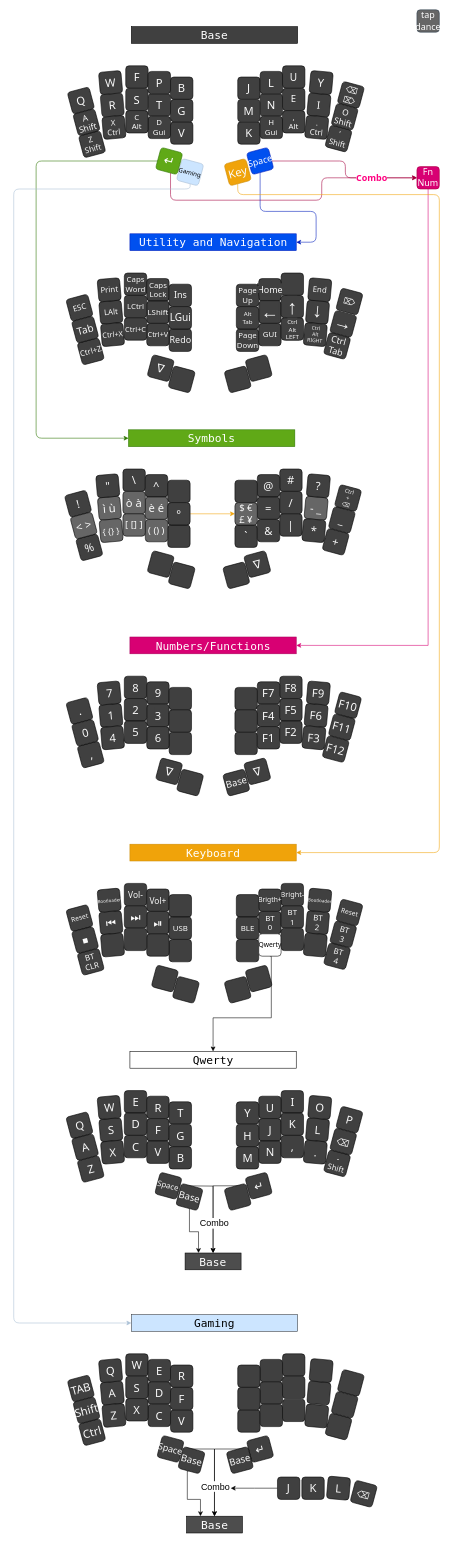
Before: Cotechino.drawio in fractalysid/Cotechino_Keyboard_Layout, a draw.io diagram. Source tidied: cells renumbered, new cells numbered last; positions are measured from the earlier drawing's top-left corner, leaving out a move shared by most shapes. Both pictures are drawn from the tidied source at 56%, with x=0, y=0 at pixel (13, 10).
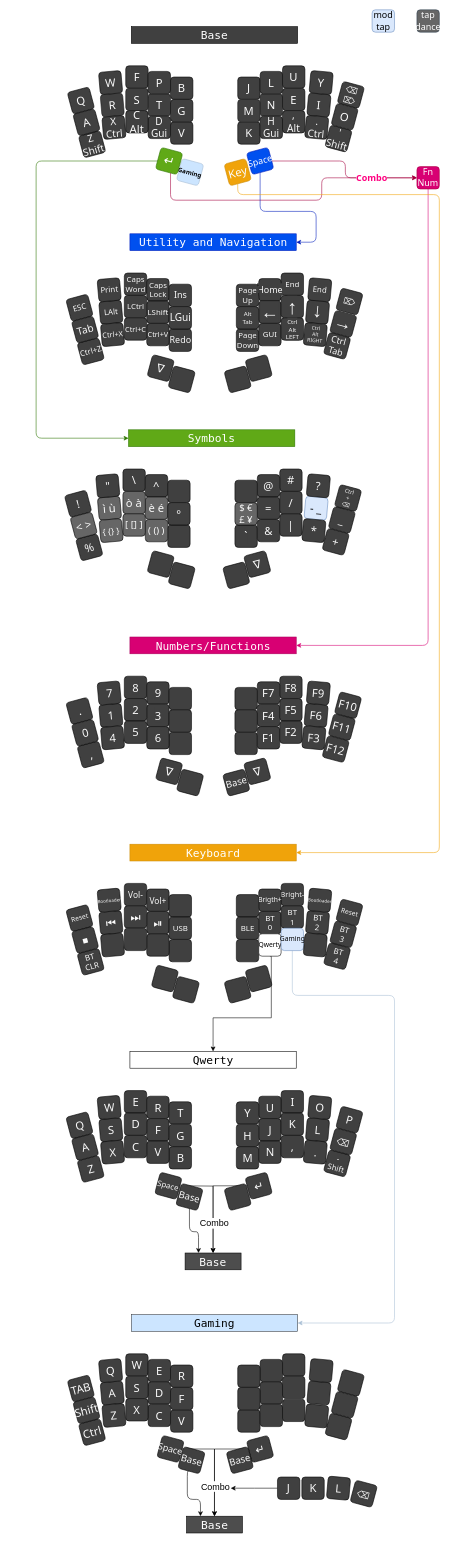
After the change.

The change refers to these unchanged cells:
```xml
<mxCell id="74" value="°" style="rounded=1;whiteSpace=wrap;html=1;fontSize=20;fillColor=#404040;fontFamily=Tahoma;fontColor=#FAFAFA;" parent="1" vertex="1">
  <mxGeometry x="275" y="880" width="40" height="40" as="geometry" />
</mxCell>
<mxCell id="89" value="$ €&lt;br&gt;£ ¥" style="rounded=1;whiteSpace=wrap;html=1;fontSize=17;fillColor=#666666;fontFamily=Tahoma;fontColor=#FAFAFA;flipV=0;flipH=0;direction=east;" parent="1" vertex="1">
  <mxGeometry x="395" y="880" width="40" height="40" as="geometry" />
</mxCell>
<mxCell id="100" value="Numbers/Functions" style="rounded=0;whiteSpace=wrap;html=1;fontSize=20;fillColor=#D80073;glass=0;sketch=0;fontFamily=Lucida Console;strokeColor=#A8005A;fontColor=#FFFFFF;" parent="1" vertex="1">
  <mxGeometry x="207.5" y="1120" width="297" height="30" as="geometry" />
</mxCell>
<mxCell id="199" value="&lt;span style=&quot;font-family: &amp;quot;segoe ui emoji&amp;quot;, &amp;quot;apple color emoji&amp;quot;, &amp;quot;noto color emoji&amp;quot;; font-size: 20px;&quot;&gt;↵&lt;/span&gt;" style="rounded=1;whiteSpace=wrap;html=1;fontSize=20;fillColor=#404040;fontFamily=Tahoma;fontColor=#FAFAFA;rotation=345;flipV=0;flipH=0;direction=east;" parent="1" vertex="1">
  <mxGeometry x="417.5" y="2080" width="40" height="40" as="geometry" />
</mxCell>
<mxCell id="201" value="Fn&lt;br&gt;Num" style="rounded=1;whiteSpace=wrap;html=1;fontSize=16;fillColor=#D80073;fontFamily=Tahoma;fontColor=#ffffff;flipV=0;flipH=0;direction=east;strokeColor=#A50040;" parent="1" vertex="1">
  <mxGeometry x="720" y="280" width="40" height="40" as="geometry" />
</mxCell>
<mxCell id="207" value="Base" style="rounded=0;whiteSpace=wrap;html=1;fontSize=20;glass=0;sketch=0;fontFamily=Lucida Console;fillColor=#4D4D4D;gradientColor=none;fontColor=#FFFFFF;" parent="1" vertex="1">
  <mxGeometry x="306" y="2220" width="100" height="30" as="geometry" />
</mxCell>
<mxCell id="220" value="Base" style="rounded=1;whiteSpace=wrap;html=1;fontSize=17;fillColor=#404040;fontFamily=Tahoma;fontColor=#FAFAFA;rotation=15;" parent="1" vertex="1">
  <mxGeometry x="293.8" y="2100" width="40" height="40" as="geometry" />
</mxCell>
<mxCell id="230" value="Gaming" style="rounded=0;whiteSpace=wrap;html=1;fontSize=20;glass=0;sketch=0;fontFamily=Lucida Console;fillColor=#cce5ff;strokeColor=#36393d;" parent="1" vertex="1">
  <mxGeometry x="210" y="2330" width="297" height="30" as="geometry" />
</mxCell>
<mxCell id="263" value="Base" style="rounded=0;whiteSpace=wrap;html=1;fontSize=20;glass=0;sketch=0;fontFamily=Lucida Console;fillColor=#4D4D4D;gradientColor=none;fontColor=#FFFFFF;" parent="1" vertex="1">
  <mxGeometry x="308.5" y="2690" width="100" height="30" as="geometry" />
</mxCell>
<mxCell id="272" value="Base" style="rounded=1;whiteSpace=wrap;html=1;fontSize=17;fillColor=#404040;fontFamily=Tahoma;fontColor=#FAFAFA;rotation=15;" parent="1" vertex="1">
  <mxGeometry x="297.5" y="2570" width="40" height="40" as="geometry" />
</mxCell>
```

Change to the diagram source:
```diff
@@
-    <mxCell id="10" value="D&lt;br style=&quot;font-size: 14px;&quot;&gt;Gui" style="rounded=1;whiteSpace=wrap;html=1;fontSize=14;fillColor=#404040;fontFamily=Tahoma;fontColor=#FAFAFA;verticalAlign=bottom;" parent="1" vertex="1">
+    <mxCell id="10" value="D&lt;br style=&quot;font-size: 18px;&quot;&gt;Gui" style="rounded=1;whiteSpace=wrap;html=1;fontSize=18;fillColor=#404040;fontFamily=Tahoma;fontColor=#FAFAFA;verticalAlign=middle;" parent="1" vertex="1">
       <mxGeometry x="240" y="190" width="40" height="40" as="geometry" />
     </mxCell>
-    <mxCell id="11" value="C&lt;br style=&quot;font-size: 14px;&quot;&gt;Alt" style="rounded=1;whiteSpace=wrap;html=1;fontSize=14;fillColor=#404040;fontFamily=Tahoma;fontColor=#FAFAFA;verticalAlign=bottom;" parent="1" vertex="1">
+    <mxCell id="11" value="C&lt;br&gt;Alt" style="rounded=1;whiteSpace=wrap;html=1;fontSize=20;fillColor=#404040;fontFamily=Tahoma;fontColor=#FAFAFA;verticalAlign=middle;" parent="1" vertex="1">
       <mxGeometry x="200" y="180" width="40" height="40" as="geometry" />
     </mxCell>
-    <mxCell id="12" value="X&lt;br style=&quot;font-size: 14px;&quot;&gt;Ctrl" style="rounded=1;whiteSpace=wrap;html=1;fontSize=14;fillColor=#404040;fontFamily=Tahoma;fontColor=#FAFAFA;rotation=355;verticalAlign=bottom;" parent="1" vertex="1">
+    <mxCell id="12" value="X&lt;br style=&quot;font-size: 18px;&quot;&gt;Ctrl" style="rounded=1;whiteSpace=wrap;html=1;fontSize=18;fillColor=#404040;fontFamily=Tahoma;fontColor=#FAFAFA;rotation=355;verticalAlign=middle;" parent="1" vertex="1">
       <mxGeometry x="159" y="190" width="40" height="40" as="geometry" />
     </mxCell>
-    <mxCell id="13" value="Z&lt;br style=&quot;font-size: 14px;&quot;&gt;Shift" style="rounded=1;whiteSpace=wrap;html=1;fontSize=14;fillColor=#404040;fontFamily=Tahoma;fontColor=#FAFAFA;rotation=345;verticalAlign=bottom;" parent="1" vertex="1">
+    <mxCell id="13" value="Z&lt;br style=&quot;font-size: 18px;&quot;&gt;Shift" style="rounded=1;whiteSpace=wrap;html=1;fontSize=18;fillColor=#404040;fontFamily=Tahoma;fontColor=#FAFAFA;rotation=345;verticalAlign=middle;" parent="1" vertex="1">
       <mxGeometry x="120" y="220" width="40" height="40" as="geometry" />
     </mxCell>
@@
-    <mxCell id="15" value="A&lt;br style=&quot;font-size: 15px;&quot;&gt;Shift" style="rounded=1;whiteSpace=wrap;html=1;fontSize=15;fillColor=#404040;fontFamily=Tahoma;rotation=345;strokeColor=#000000;fontColor=#FFFFFF;" parent="1" vertex="1">
+    <mxCell id="15" value="A" style="rounded=1;whiteSpace=wrap;html=1;fontSize=20;fillColor=#404040;fontFamily=Tahoma;rotation=345;strokeColor=#000000;fontColor=#FFFFFF;" parent="1" vertex="1">
       <mxGeometry x="110" y="181" width="40" height="40" as="geometry" />
     </mxCell>
@@
-    <mxCell id="18" value="I" style="rounded=1;whiteSpace=wrap;html=1;fontSize=18;fillColor=#404040;fontFamily=Tahoma;rotation=5;flipV=0;flipH=0;direction=east;strokeColor=#000000;verticalAlign=middle;fontColor=#FFFFFF;" parent="1" vertex="1">
+    <mxCell id="18" value="I" style="rounded=1;whiteSpace=wrap;html=1;fontSize=20;fillColor=#404040;fontFamily=Tahoma;rotation=5;flipV=0;flipH=0;direction=east;strokeColor=#000000;verticalAlign=middle;fontColor=#FFFFFF;" parent="1" vertex="1">
       <mxGeometry x="525" y="150" width="40" height="40" as="geometry" />
     </mxCell>
@@
-    <mxCell id="23" value="E" style="rounded=1;whiteSpace=wrap;html=1;fontSize=17;fillColor=#404040;fontFamily=Tahoma;flipV=0;flipH=0;direction=east;strokeColor=#000000;verticalAlign=middle;fontColor=#FFFFFF;" parent="1" vertex="1">
+    <mxCell id="23" value="E" style="rounded=1;whiteSpace=wrap;html=1;fontSize=20;fillColor=#404040;fontFamily=Tahoma;flipV=0;flipH=0;direction=east;strokeColor=#000000;verticalAlign=middle;fontColor=#FFFFFF;" parent="1" vertex="1">
       <mxGeometry x="480" y="140" width="40" height="40" as="geometry" />
     </mxCell>
-    <mxCell id="24" value="H&lt;br style=&quot;font-size: 14px;&quot;&gt;Gui" style="rounded=1;whiteSpace=wrap;html=1;fontSize=14;fillColor=#404040;fontFamily=Tahoma;fontColor=#FAFAFA;flipV=0;flipH=0;direction=east;verticalAlign=bottom;" parent="1" vertex="1">
+    <mxCell id="24" value="H&lt;br style=&quot;font-size: 18px;&quot;&gt;Gui" style="rounded=1;whiteSpace=wrap;html=1;fontSize=18;fillColor=#404040;fontFamily=Tahoma;fontColor=#FAFAFA;flipV=0;flipH=0;direction=east;verticalAlign=middle;" parent="1" vertex="1">
       <mxGeometry x="440" y="190" width="40" height="40" as="geometry" />
     </mxCell>
-    <mxCell id="25" value=",&lt;br style=&quot;font-size: 14px;&quot;&gt;Alt" style="rounded=1;whiteSpace=wrap;html=1;fontSize=14;fillColor=#404040;fontFamily=Tahoma;fontColor=#FAFAFA;flipV=0;flipH=0;direction=east;verticalAlign=bottom;" parent="1" vertex="1">
+    <mxCell id="25" value=",&lt;br style=&quot;font-size: 18px;&quot;&gt;Alt" style="rounded=1;whiteSpace=wrap;html=1;fontSize=18;fillColor=#404040;fontFamily=Tahoma;fontColor=#FAFAFA;flipV=0;flipH=0;direction=east;verticalAlign=middle;" parent="1" vertex="1">
       <mxGeometry x="480" y="180" width="40" height="40" as="geometry" />
     </mxCell>
-    <mxCell id="26" value=".&lt;br style=&quot;font-size: 14px;&quot;&gt;Ctrl" style="rounded=1;whiteSpace=wrap;html=1;fontSize=14;fillColor=#404040;fontFamily=Tahoma;fontColor=#FAFAFA;rotation=5;flipV=0;flipH=0;direction=east;verticalAlign=bottom;" parent="1" vertex="1">
+    <mxCell id="26" value=".&lt;br style=&quot;font-size: 18px;&quot;&gt;Ctrl" style="rounded=1;whiteSpace=wrap;html=1;fontSize=18;fillColor=#404040;fontFamily=Tahoma;fontColor=#FAFAFA;rotation=5;flipV=0;flipH=0;direction=east;verticalAlign=middle;" parent="1" vertex="1">
       <mxGeometry x="521" y="190" width="40" height="40" as="geometry" />
     </mxCell>
-    <mxCell id="27" value="'&lt;br style=&quot;font-size: 14px;&quot;&gt;&lt;font style=&quot;font-size: 14px;&quot;&gt;Shift&lt;/font&gt;" style="rounded=1;whiteSpace=wrap;html=1;fontSize=14;fillColor=#404040;fontFamily=Tahoma;fontColor=#FAFAFA;rotation=15;flipV=0;flipH=0;direction=east;labelPosition=center;verticalLabelPosition=middle;align=center;verticalAlign=bottom;" parent="1" vertex="1">
+    <mxCell id="27" value="'&lt;br style=&quot;font-size: 18px;&quot;&gt;Shift" style="rounded=1;whiteSpace=wrap;html=1;fontSize=18;fillColor=#404040;fontFamily=Tahoma;fontColor=#FAFAFA;rotation=15;flipV=0;flipH=0;direction=east;labelPosition=center;verticalLabelPosition=middle;align=center;verticalAlign=middle;" parent="1" vertex="1">
       <mxGeometry x="560" y="210" width="40" height="40" as="geometry" />
     </mxCell>
@@
-    <mxCell id="29" value="O&lt;br&gt;Shift" style="rounded=1;whiteSpace=wrap;html=1;fontSize=15;fillColor=#404040;fontFamily=Tahoma;rotation=15;flipV=0;flipH=0;direction=east;strokeColor=#000000;fontColor=#FFFFFF;" parent="1" vertex="1">
+    <mxCell id="29" value="O" style="rounded=1;whiteSpace=wrap;html=1;fontSize=20;fillColor=#404040;fontFamily=Tahoma;rotation=15;flipV=0;flipH=0;direction=east;strokeColor=#000000;fontColor=#FFFFFF;" parent="1" vertex="1">
       <mxGeometry x="571" y="171" width="40" height="40" as="geometry" />
     </mxCell>
@@
-    <mxCell id="52" style="rounded=1;whiteSpace=wrap;html=1;fontSize=14;fillColor=#404040;fontFamily=Tahoma;fontColor=#FAFAFA;flipV=0;flipH=0;direction=east;" parent="1" vertex="1">
+    <mxCell id="52" value="End" style="rounded=1;whiteSpace=wrap;html=1;fontSize=14;fillColor=#404040;fontFamily=Tahoma;fontColor=#FAFAFA;flipV=0;flipH=0;direction=east;" parent="1" vertex="1">
       <mxGeometry x="477.5" y="470" width="40" height="40" as="geometry" />
     </mxCell>
@@
-    <mxCell id="73" style="edgeStyle=orthogonalEdgeStyle;rounded=0;jettySize=auto;html=1;strokeColor=#F0A30A;fontSize=10;fontColor=#FFFFFF;" parent="1" edge="1" source="74" target="89">
-      <mxGeometry relative="1" as="geometry" />
-    </mxCell>
@@
-    <mxCell id="83" value="- _" style="rounded=1;whiteSpace=wrap;html=1;fontSize=20;fillColor=#666666;fontFamily=Tahoma;fontColor=#FAFAFA;rotation=5;flipV=0;flipH=0;direction=east;" parent="1" vertex="1">
+    <mxCell id="83" value="- _" style="rounded=1;whiteSpace=wrap;html=1;fontSize=20;fillColor=#dae8fc;fontFamily=Tahoma;rotation=5;flipV=0;flipH=0;direction=east;strokeColor=#6c8ebf;" parent="1" vertex="1">
       <mxGeometry x="520" y="870" width="40" height="40" as="geometry" />
     </mxCell>
@@
+    <mxCell id="274" style="edgeStyle=orthogonalEdgeStyle;rounded=1;jettySize=auto;html=1;entryX=1;entryY=0.5;entryDx=0;entryDy=0;strokeColor=#ABC0D6;fontSize=12;fontColor=#000000;" parent="1" edge="1" source="159" target="230">
+      <mxGeometry relative="1" as="geometry">
+        <Array as="points">
+          <mxPoint x="497" y="1760" />
+          <mxPoint x="680" y="1760" />
+          <mxPoint x="680" y="2345" />
+        </Array>
+      </mxGeometry>
+    </mxCell>
-    <mxCell id="159" style="rounded=1;whiteSpace=wrap;html=1;fontSize=20;fillColor=#404040;fontFamily=Tahoma;fontColor=#FAFAFA;flipV=0;flipH=0;direction=east;" parent="1" vertex="1">
+    <mxCell id="159" value="Gaming" style="rounded=1;whiteSpace=wrap;html=1;fontSize=12;fillColor=#dae8fc;fontFamily=Tahoma;flipV=0;flipH=0;direction=east;strokeColor=#6c8ebf;" parent="1" vertex="1">
       <mxGeometry x="477.5" y="1640" width="40" height="40" as="geometry" />
     </mxCell>
@@
-    <mxCell id="197" style="edgeStyle=orthogonalEdgeStyle;rounded=0;jettySize=auto;html=1;fontSize=20;entryX=0.5;entryY=0;entryDx=0;entryDy=0;" parent="1" edge="1" source="199" target="207">
+    <mxCell id="197" style="edgeStyle=orthogonalEdgeStyle;jettySize=auto;html=1;fontSize=20;entryX=0.5;entryY=0;entryDx=0;entryDy=0;rounded=0;" parent="1" edge="1" source="199" target="207">
       <mxGeometry relative="1" as="geometry">
         <Array as="points">
           <mxPoint x="356" y="2100" />
         </Array>
       </mxGeometry>
     </mxCell>
@@
-    <mxCell id="200" style="edgeStyle=orthogonalEdgeStyle;rounded=0;jettySize=auto;html=1;entryX=1;entryY=0.5;entryDx=0;entryDy=0;fontSize=20;strokeColor=#D80073;" parent="1" edge="1" source="201" target="100">
+    <mxCell id="200" style="edgeStyle=orthogonalEdgeStyle;rounded=1;jettySize=auto;html=1;entryX=1;entryY=0.5;entryDx=0;entryDy=0;fontSize=20;strokeColor=#D80073;" parent="1" edge="1" source="201" target="100">
       <mxGeometry relative="1" as="geometry">
         <Array as="points">
           <mxPoint x="740" y="1135" />
         </Array>
       </mxGeometry>
     </mxCell>
@@
-    <mxCell id="205" value="U" style="rounded=1;whiteSpace=wrap;html=1;fontSize=18;fillColor=#404040;fontFamily=Tahoma;flipV=0;flipH=0;direction=east;strokeColor=#000000;fontColor=#FFFFFF;" parent="1" vertex="1">
+    <mxCell id="205" value="U" style="rounded=1;whiteSpace=wrap;html=1;fontSize=20;fillColor=#404040;fontFamily=Tahoma;flipV=0;flipH=0;direction=east;strokeColor=#000000;fontColor=#FFFFFF;" parent="1" vertex="1">
       <mxGeometry x="480" y="100" width="40" height="40" as="geometry" />
     </mxCell>
@@
-    <mxCell id="213" style="edgeStyle=orthogonalEdgeStyle;jettySize=auto;html=1;entryX=0;entryY=0.5;entryDx=0;entryDy=0;fontSize=11;fontColor=#FFFFFF;rounded=1;strokeColor=#ABC0D6;" parent="1" edge="1" source="214" target="230">
-      <mxGeometry relative="1" as="geometry">
-        <Array as="points">
-          <mxPoint x="315" y="320" />
-          <mxPoint y="320" />
-          <mxPoint y="2345" />
-        </Array>
-      </mxGeometry>
-    </mxCell>
-    <mxCell id="214" value="Gaming" style="rounded=1;whiteSpace=wrap;html=1;fontSize=11;fillColor=#CCE5FF;fontFamily=Tahoma;rotation=15;strokeColor=#ABC0D6;" parent="1" vertex="1">
+    <mxCell id="214" value="Gaming" style="rounded=1;whiteSpace=wrap;html=1;fontSize=11;fillColor=#CCE5FF;fontFamily=Tahoma;rotation=15;strokeColor=#ABC0D6;fontStyle=1;fontColor=#000000;" parent="1" vertex="1">
       <mxGeometry x="295" y="270" width="40" height="40" as="geometry" />
     </mxCell>
@@
-    <mxCell id="219" style="edgeStyle=orthogonalEdgeStyle;rounded=0;jettySize=auto;html=1;fontSize=17;" parent="1" edge="1" source="220" target="207">
+    <mxCell id="219" style="edgeStyle=orthogonalEdgeStyle;rounded=1;jettySize=auto;html=1;fontSize=17;" parent="1" edge="1" source="220" target="207">
       <mxGeometry relative="1" as="geometry">
         <Array as="points">
           <mxPoint x="314" y="2182" />
           <mxPoint x="330" y="2182" />
         </Array>
       </mxGeometry>
     </mxCell>
@@
-    <mxCell id="271" style="edgeStyle=orthogonalEdgeStyle;rounded=0;jettySize=auto;html=1;entryX=0.25;entryY=0;entryDx=0;entryDy=0;fontSize=17;fontColor=#FFFFFF;exitX=0.5;exitY=1;exitDx=0;exitDy=0;" parent="1" edge="1" source="272" target="263">
+    <mxCell id="271" style="edgeStyle=orthogonalEdgeStyle;jettySize=auto;html=1;entryX=0.25;entryY=0;entryDx=0;entryDy=0;fontSize=17;fontColor=#FFFFFF;exitX=0.5;exitY=1;exitDx=0;exitDy=0;rounded=1;" parent="1" edge="1" source="272" target="263">
       <mxGeometry relative="1" as="geometry">
         <Array as="points">
           <mxPoint x="310" y="2609" />
           <mxPoint x="310" y="2660" />
           <mxPoint x="334" y="2660" />
         </Array>
       </mxGeometry>
     </mxCell>
@@
+    <mxCell id="275" value="mod&lt;br&gt;tap" style="rounded=1;whiteSpace=wrap;html=1;fontSize=16;fillColor=#dae8fc;fontFamily=Tahoma;flipV=0;flipH=0;direction=east;strokeColor=#6c8ebf;" parent="1" vertex="1">
+      <mxGeometry x="640" width="40" height="40" as="geometry" />
+    </mxCell>
```
